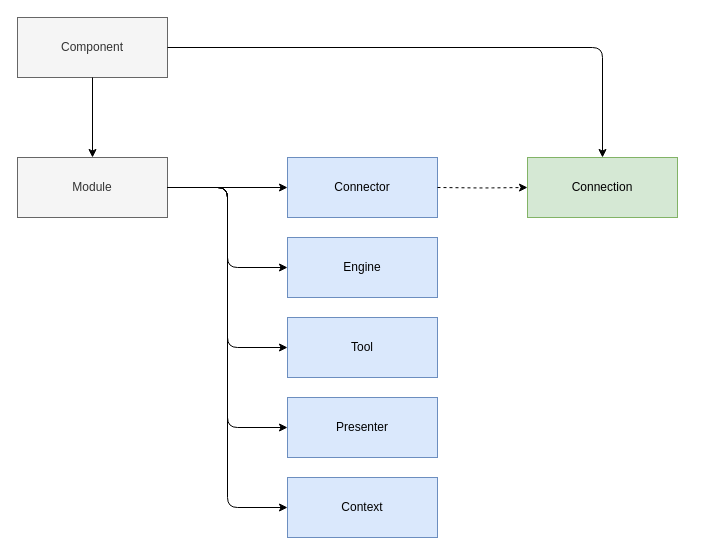
Above: schematic.drawio in data-positioning/datapos-shared (draw.io), before the change. Source tidied: cells renumbered, new cells numbered last; positions are measured from the earlier drawing's top-left corner, leaving out a move shared by most shapes. Both pictures are drawn from the tidied source at 100%, with x=0, y=0 at pixel (17, 17).
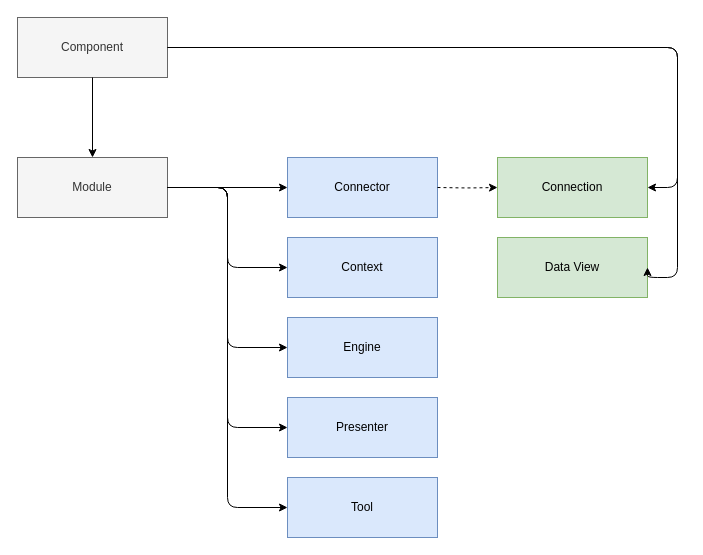
The same diagram, later.

The change refers to these unchanged cells:
```xml
<mxCell id="2" value="Component" style="rounded=0;whiteSpace=wrap;html=1;fillColor=#f5f5f5;strokeColor=#666666;fontColor=#333333;" parent="1" vertex="1">
  <mxGeometry width="150" height="60" as="geometry" />
</mxCell>
```

Change to the diagram source:
```diff
@@
     <mxCell id="4" value="Connection" style="rounded=0;whiteSpace=wrap;html=1;fillColor=#d5e8d4;strokeColor=#82b366;" parent="1" vertex="1">
-      <mxGeometry x="510" y="140" width="150" height="60" as="geometry" />
+      <mxGeometry x="480" y="140" width="150" height="60" as="geometry" />
     </mxCell>
     <mxCell id="5" value="Engine" style="rounded=0;whiteSpace=wrap;html=1;fillColor=#dae8fc;strokeColor=#6c8ebf;" parent="1" vertex="1">
-      <mxGeometry x="270" y="220" width="150" height="60" as="geometry" />
+      <mxGeometry x="270" y="300" width="150" height="60" as="geometry" />
     </mxCell>
     <mxCell id="6" value="Tool" style="rounded=0;whiteSpace=wrap;html=1;fillColor=#dae8fc;strokeColor=#6c8ebf;" parent="1" vertex="1">
-      <mxGeometry x="270" y="300" width="150" height="60" as="geometry" />
+      <mxGeometry x="270" y="460" width="150" height="60" as="geometry" />
     </mxCell>
@@
     <mxCell id="9" value="Context" style="rounded=0;whiteSpace=wrap;html=1;fillColor=#dae8fc;strokeColor=#6c8ebf;" parent="1" vertex="1">
-      <mxGeometry x="270" y="460" width="150" height="60" as="geometry" />
+      <mxGeometry x="270" y="220" width="150" height="60" as="geometry" />
     </mxCell>
-    <mxCell id="10" style="endArrow=classic;startArrow=none;html=1;exitX=1;exitY=0.5;exitDx=0;exitDy=0;entryX=0.5;entryY=0;entryDx=0;entryDy=0;startFill=0;edgeStyle=orthogonalEdgeStyle;" parent="1" edge="1" source="2" target="4">
-      <mxGeometry relative="1" as="geometry" />
+    <mxCell id="10" style="endArrow=classic;startArrow=none;html=1;exitX=1;exitY=0.5;exitDx=0;exitDy=0;entryX=1;entryY=0.5;entryDx=0;entryDy=0;startFill=0;edgeStyle=orthogonalEdgeStyle;" parent="1" edge="1" source="2" target="4">
+      <mxGeometry relative="1" as="geometry">
+        <Array as="points">
+          <mxPoint x="660" y="30" />
+          <mxPoint x="660" y="170" />
+        </Array>
+      </mxGeometry>
     </mxCell>
@@
+    <mxCell id="18" value="Data View" style="rounded=0;whiteSpace=wrap;html=1;fillColor=#d5e8d4;strokeColor=#82b366;" parent="1" vertex="1">
+      <mxGeometry x="480" y="220" width="150" height="60" as="geometry" />
+    </mxCell>
+    <mxCell id="19" style="endArrow=classic;startArrow=none;html=1;exitX=1;exitY=0.5;exitDx=0;exitDy=0;entryX=1;entryY=0.5;entryDx=0;entryDy=0;startFill=0;edgeStyle=orthogonalEdgeStyle;" parent="1" edge="1" source="2" target="18">
+      <mxGeometry relative="1" as="geometry">
+        <Array as="points">
+          <mxPoint x="660" y="30" />
+          <mxPoint x="660" y="260" />
+        </Array>
+      </mxGeometry>
+    </mxCell>
```
